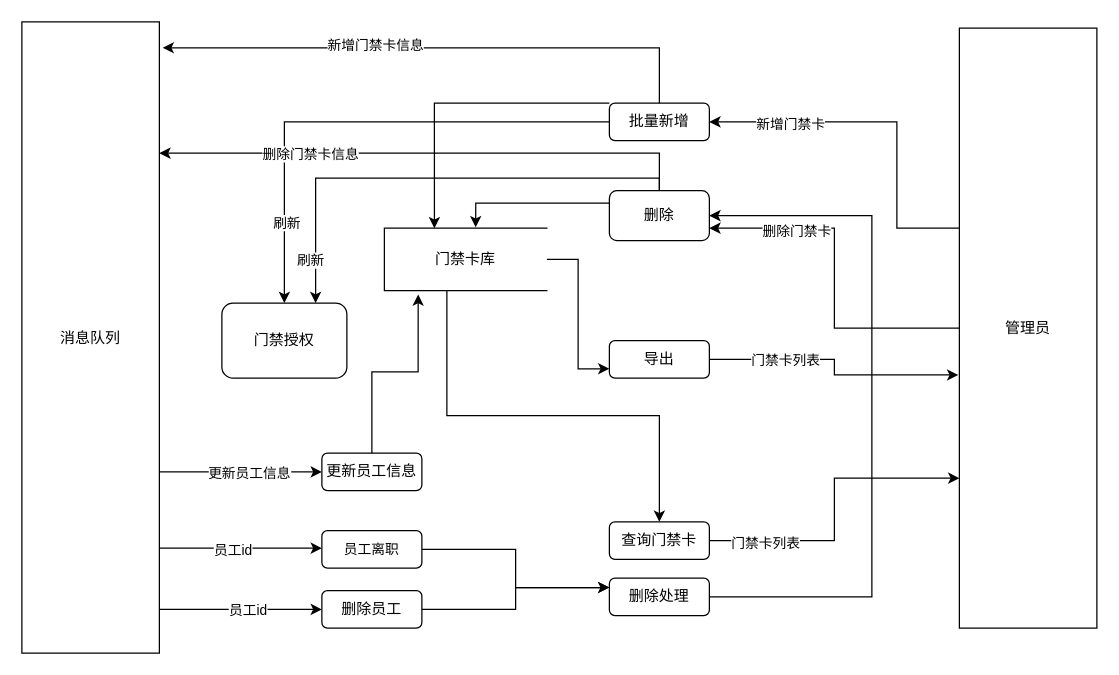
Above: 门禁卡管理.drawio in Alger-g/diagrams (draw.io), before the change. Source tidied: cells renumbered, new cells numbered last; positions are measured from the earlier drawing's top-left corner, leaving out a move shared by most shapes. Both pictures are drawn from the tidied source at 125%, with x=0, y=0 at pixel (21, 21).
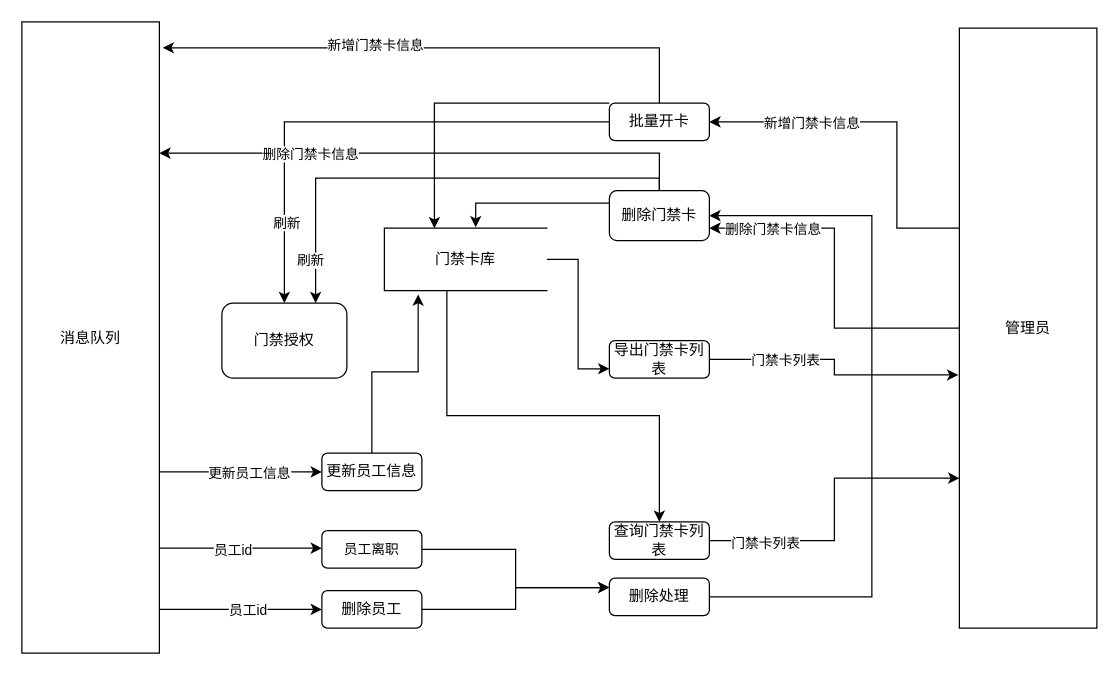
The same page after the edit.

Commit message:
更新门禁卡管理.drawio

The change refers to these unchanged cells:
```xml
<mxCell id="9" style="edgeStyle=orthogonalEdgeStyle;rounded=0;jettySize=auto;html=1;entryX=1;entryY=0.5;entryDx=0;entryDy=0;" parent="1" edge="1" source="13" target="16">
  <mxGeometry relative="1" as="geometry">
    <Array as="points">
      <mxPoint x="700" y="165" />
      <mxPoint x="700" y="80" />
    </Array>
  </mxGeometry>
</mxCell>
<mxCell id="11" style="edgeStyle=orthogonalEdgeStyle;rounded=0;jettySize=auto;html=1;entryX=1;entryY=0.75;entryDx=0;entryDy=0;" parent="1" edge="1" source="13" target="22">
  <mxGeometry relative="1" as="geometry" />
</mxCell>
```

Change to the diagram source:
```diff
@@
-    <mxCell id="10" value="新增门禁卡" style="edgeLabel;html=1;align=center;verticalAlign=middle;" parent="9" vertex="1">
-      <mxGeometry x="0.55" y="1" relative="1" as="geometry" />
+    <mxCell id="10" value="新增门禁卡信息" style="edgeLabel;html=1;align=center;verticalAlign=middle;" parent="9" vertex="1">
+      <mxGeometry x="0.55" y="1" relative="1" as="geometry">
+        <mxPoint x="17" y="-1" as="offset" />
+      </mxGeometry>
     </mxCell>
@@
-    <mxCell id="12" value="删除门禁卡" style="edgeLabel;html=1;align=center;verticalAlign=middle;" parent="11" vertex="1">
-      <mxGeometry x="0.51" y="2" relative="1" as="geometry" />
+    <mxCell id="12" value="删除门禁卡信息" style="edgeLabel;html=1;align=center;verticalAlign=middle;" parent="11" vertex="1">
+      <mxGeometry x="0.51" y="2" relative="1" as="geometry">
+        <mxPoint x="-19" y="-2" as="offset" />
+      </mxGeometry>
     </mxCell>
@@
-    <mxCell id="16" value="批量新增" style="rounded=1;whiteSpace=wrap;html=1;" parent="1" vertex="1">
+    <mxCell id="16" value="批量开卡" style="rounded=1;whiteSpace=wrap;html=1;" parent="1" vertex="1">
       <mxGeometry x="470" y="65" width="80" height="30" as="geometry" />
     </mxCell>
-    <mxCell id="17" value="导出" style="rounded=1;whiteSpace=wrap;html=1;" parent="1" vertex="1">
+    <mxCell id="17" value="导出门禁卡列表" style="rounded=1;whiteSpace=wrap;html=1;" parent="1" vertex="1">
       <mxGeometry x="470" y="255" width="80" height="30" as="geometry" />
     </mxCell>
@@
-    <mxCell id="22" value="删除" style="rounded=1;whiteSpace=wrap;html=1;" parent="1" vertex="1">
+    <mxCell id="22" value="删除门禁卡" style="rounded=1;whiteSpace=wrap;html=1;" parent="1" vertex="1">
       <mxGeometry x="470" y="135" width="80" height="40" as="geometry" />
     </mxCell>
@@
-    <mxCell id="25" value="查询门禁卡" style="rounded=1;whiteSpace=wrap;html=1;" parent="1" vertex="1">
+    <mxCell id="25" value="查询门禁卡列表" style="rounded=1;whiteSpace=wrap;html=1;" parent="1" vertex="1">
       <mxGeometry x="470" y="400" width="80" height="30" as="geometry" />
     </mxCell>
```
